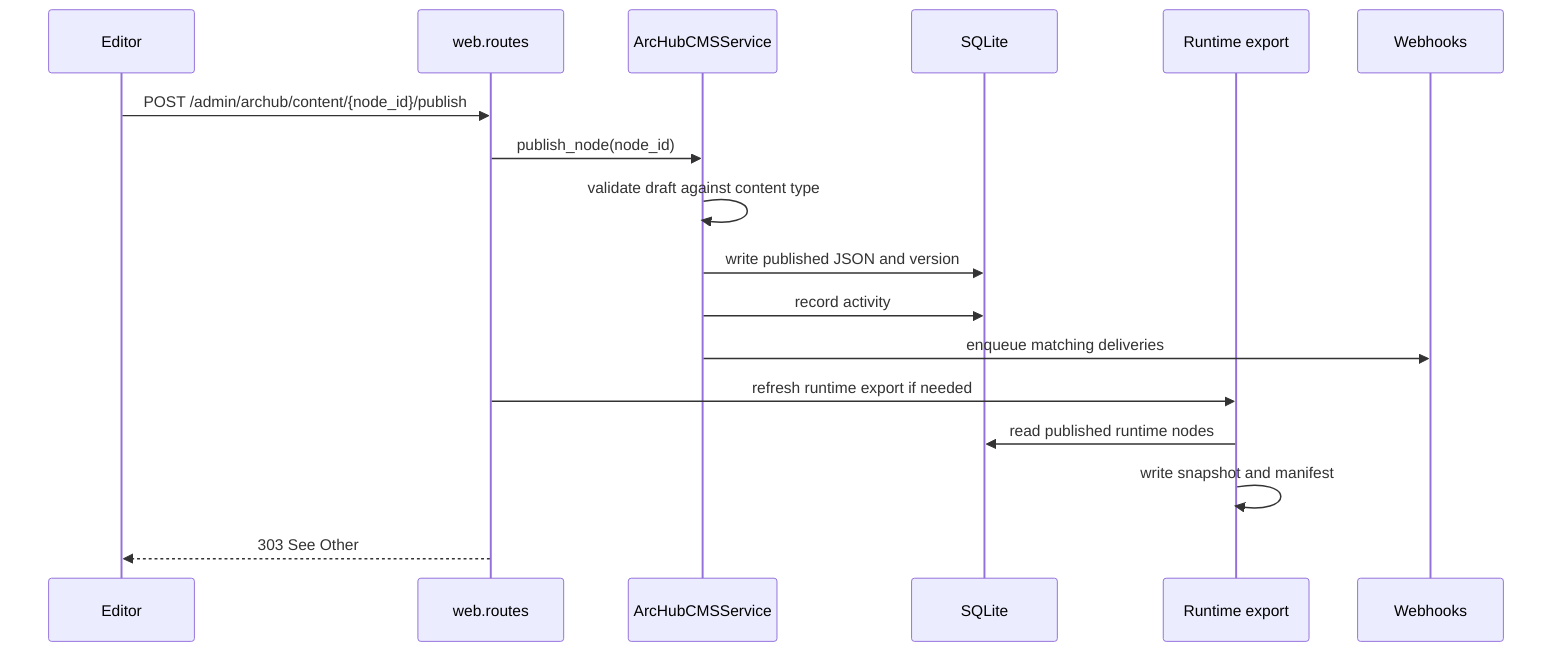
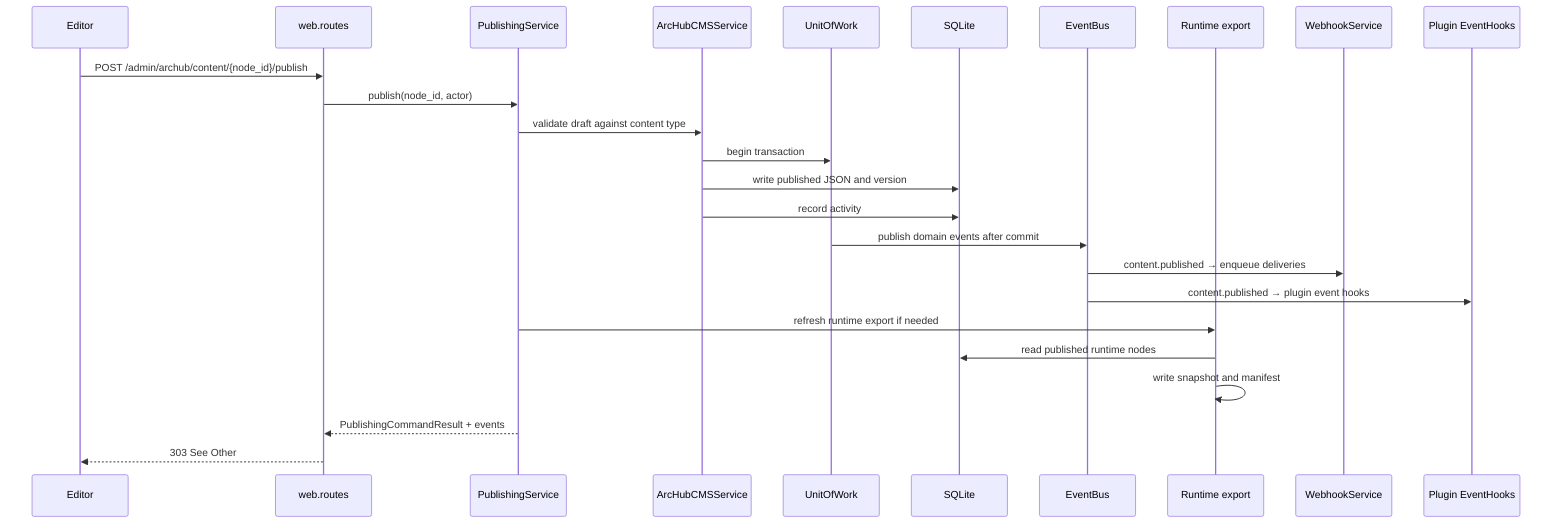
sequenceDiagram
    participant Editor
    participant Routes as web.routes
+     participant PubSvc as PublishingService
    participant CMS as ArcHubCMSService
+     participant UoW as UnitOfWork
    participant DB as SQLite
+     participant Bus as EventBus
    participant Runtime as Runtime export
-     participant Webhooks
+     participant Webhooks as WebhookService
+     participant Hooks as Plugin EventHooks

    Editor->>Routes: POST /admin/archub/content/{node_id}/publish
-     Routes->>CMS: publish_node(node_id)
-     CMS->>CMS: validate draft against content type
+     Routes->>PubSvc: publish(node_id, actor)
+     PubSvc->>CMS: validate draft against content type
+     CMS->>UoW: begin transaction
    CMS->>DB: write published JSON and version
    CMS->>DB: record activity
-     CMS->>Webhooks: enqueue matching deliveries
-     Routes->>Runtime: refresh runtime export if needed
+     UoW->>Bus: publish domain events after commit
+     Bus->>Webhooks: content.published → enqueue deliveries
+     Bus->>Hooks: content.published → plugin event hooks
+     PubSvc->>Runtime: refresh runtime export if needed
    Runtime->>DB: read published runtime nodes
    Runtime->>Runtime: write snapshot and manifest
+     PubSvc-->>Routes: PublishingCommandResult + events
    Routes-->>Editor: 303 See Other
